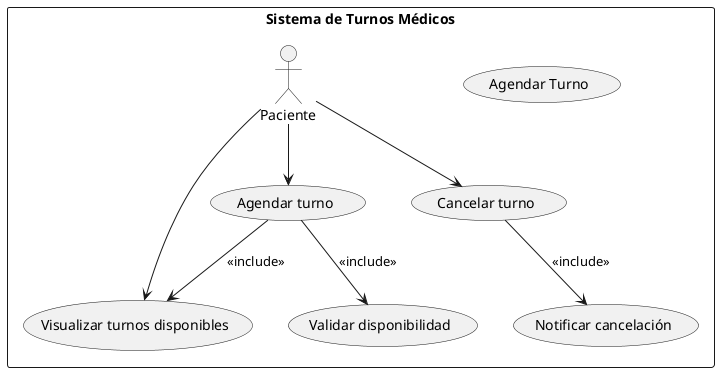
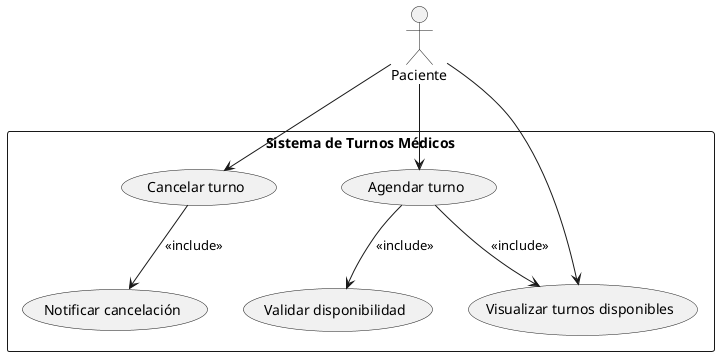
@startuml

+ actor Paciente
rectangle "Sistema de Turnos Médicos" {
-   usecase "Agendar Turno" as UC1
- actor Paciente
+   usecase "Visualizar turnos disponibles" as UC1
+   usecase "Agendar turno" as UC2
+   usecase "Cancelar turno" as UC3
+   usecase "Validar disponibilidad" as UC4
+   usecase "Notificar cancelación" as UC5

- Paciente --> (Visualizar turnos disponibles)
- Paciente --> (Agendar turno)
- Paciente --> (Cancelar turno)

- (Agendar turno) --> (Validar disponibilidad) : <<include>>
- (Agendar turno) --> (Visualizar turnos disponibles) : <<include>>
+ Paciente --> (UC1)
+ Paciente --> (UC2)
+ Paciente --> (UC3)

- (Cancelar turno) --> (Notificar cancelación) : <<include>>
+ (UC2) --> (UC4) : <<include>>
+ (UC2) --> (UC1) : <<include>>
+ 
+ (UC3) --> (UC5) : <<include>>

}
@enduml